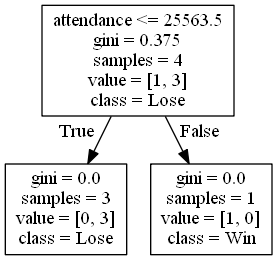
alexana-steck/CSE482Project keeps this Graphviz diagram as DecisionTrees/Conference USAdecision_tree_with_score0.png. Above is the earlier version. Its source is kept beside it as DecisionTrees/Conference USAdecision_tree_with_score0.dot. The source it was exported from:
```dot
digraph Tree {
node [shape=box] ;
0 [label="attendance <= 25563.5\ngini = 0.375\nsamples = 4\nvalue = [1, 3]\nclass = Lose"] ;
1 [label="gini = 0.0\nsamples = 3\nvalue = [0, 3]\nclass = Lose"] ;
0 -> 1 [labeldistance=2.5, labelangle=45, headlabel="True"] ;
2 [label="gini = 0.0\nsamples = 1\nvalue = [1, 0]\nclass = Win"] ;
0 -> 2 [labeldistance=2.5, labelangle=-45, headlabel="False"] ;
}
```
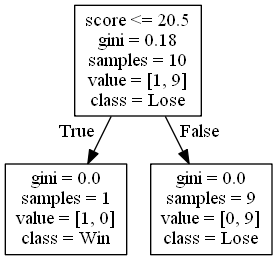
Later version of the same file.

Diff of the diagram source:
```diff
@@ -1,8 +1,8 @@
 digraph Tree {
 node [shape=box] ;
-0 [label="attendance <= 25563.5\ngini = 0.375\nsamples = 4\nvalue = [1, 3]\nclass = Lose"] ;
-1 [label="gini = 0.0\nsamples = 3\nvalue = [0, 3]\nclass = Lose"] ;
+0 [label="score <= 20.5\ngini = 0.18\nsamples = 10\nvalue = [1, 9]\nclass = Lose"] ;
+1 [label="gini = 0.0\nsamples = 1\nvalue = [1, 0]\nclass = Win"] ;
 0 -> 1 [labeldistance=2.5, labelangle=45, headlabel="True"] ;
-2 [label="gini = 0.0\nsamples = 1\nvalue = [1, 0]\nclass = Win"] ;
+2 [label="gini = 0.0\nsamples = 9\nvalue = [0, 9]\nclass = Lose"] ;
 0 -> 2 [labeldistance=2.5, labelangle=-45, headlabel="False"] ;
 }
```
